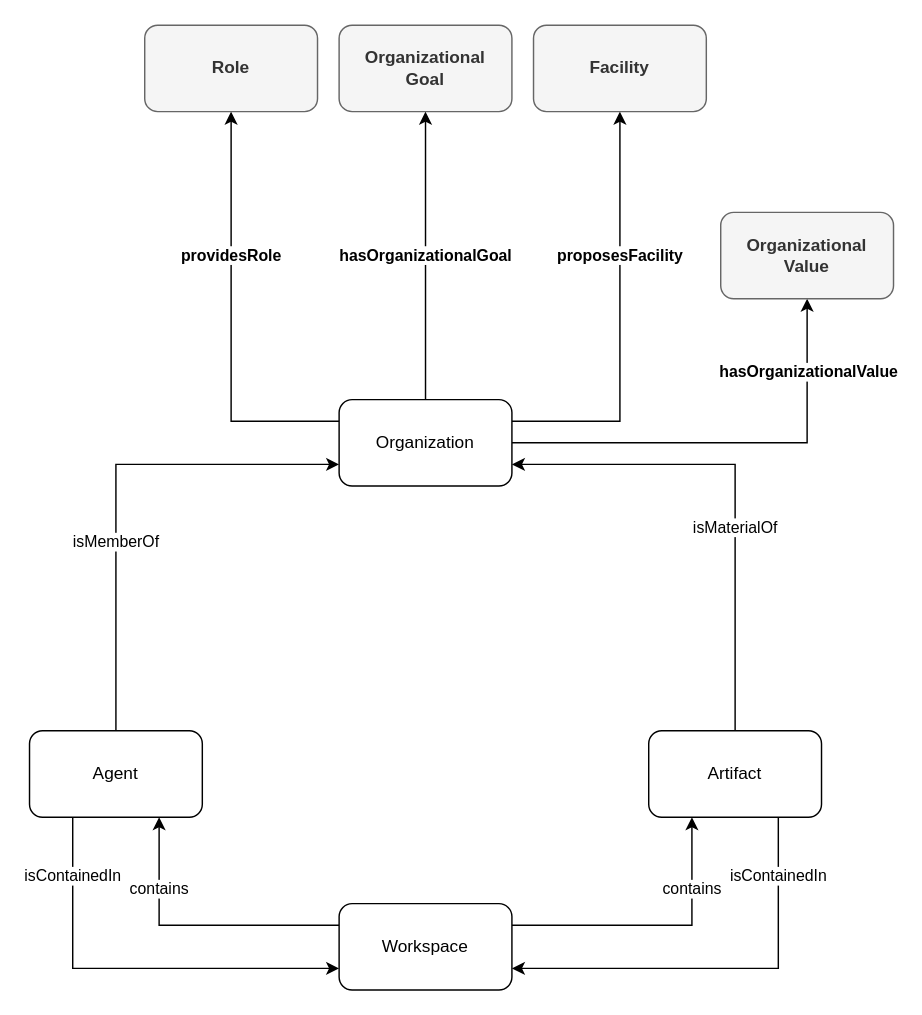
This is domains/logistics/create-organization/create-organization.drawio from HyperAgents/hmas, a draw.io file, before an edit. Source tidied: cells renumbered, new cells numbered last; positions are measured from the earlier drawing's top-left corner, leaving out a move shared by most shapes. Both pictures are drawn from the tidied source at 144%, with x=0, y=0 at pixel (29, 24).
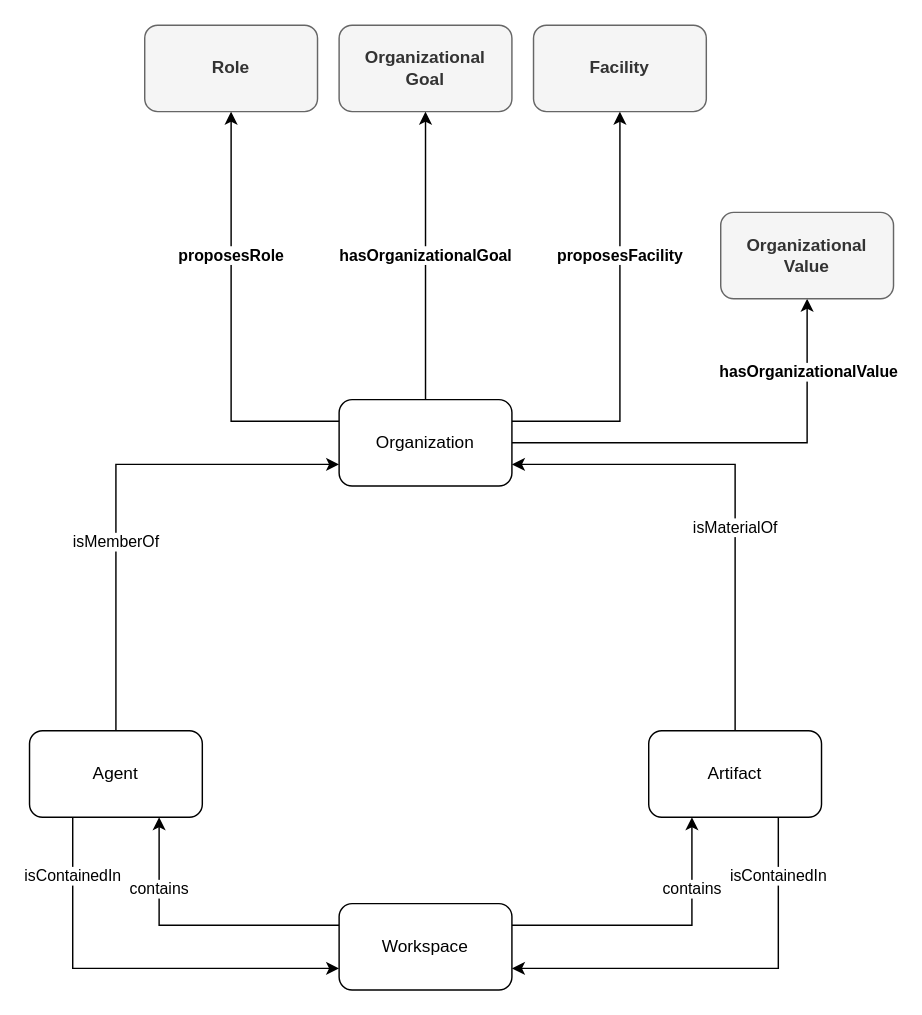
Above is the later version.

The change refers to these unchanged cells:
```xml
<mxCell id="7" value="Organization" style="rounded=1;whiteSpace=wrap;html=1;" parent="1" vertex="1">
  <mxGeometry x="215" y="260" width="120" height="60" as="geometry" />
</mxCell>
<mxCell id="8" value="Role" style="rounded=1;whiteSpace=wrap;html=1;fillColor=#f5f5f5;fontColor=#333333;strokeColor=#666666;fontStyle=1;" parent="1" vertex="1">
  <mxGeometry x="80" width="120" height="60" as="geometry" />
</mxCell>
```

What changed in the source:
```diff
@@
-    <mxCell id="2" value="providesRole" style="rounded=0;jettySize=auto;html=1;entryX=0.5;entryY=1;entryDx=0;entryDy=0;exitX=0;exitY=0.25;exitDx=0;exitDy=0;edgeStyle=orthogonalEdgeStyle;fontStyle=1;" parent="1" edge="1" source="7" target="8">
+    <mxCell id="2" value="proposesRole" style="rounded=0;jettySize=auto;html=1;entryX=0.5;entryY=1;entryDx=0;entryDy=0;exitX=0;exitY=0.25;exitDx=0;exitDy=0;edgeStyle=orthogonalEdgeStyle;fontStyle=1;" parent="1" edge="1" source="7" target="8">
       <mxGeometry x="0.31" relative="1" as="geometry" />
     </mxCell>
```
